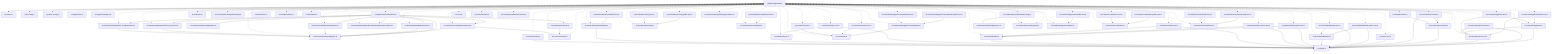
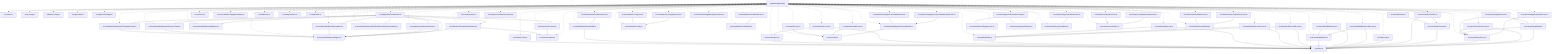
graph TD
  package__ankhorage_studio["@ankhorage/studio"]
  entrypoint_src_index_ts["src/index.ts"]
  package__ankhorage_studio --> entrypoint_src_index_ts
  module_knip_config_ts["knip.config.ts"]
  package__ankhorage_studio -.-> module_knip_config_ts
  module_paradox_config_ts["paradox.config.ts"]
  package__ankhorage_studio -.-> module_paradox_config_ts
  module_src_app_index_ts["src/app/index.ts"]
  package__ankhorage_studio -.-> module_src_app_index_ts
  module_src_app_StudioApp_tsx["src/app/StudioApp.tsx"]
  package__ankhorage_studio -.-> module_src_app_StudioApp_tsx
  module_src_app_StudioDashboard_tsx["src/app/StudioDashboard.tsx"]
  package__ankhorage_studio -.-> module_src_app_StudioDashboard_tsx
  module_src_app_StudioDashboard_tsx --> module_src_hooks_useProjects_ts
  module_src_app_StudioDashboard_tsx --> module_src_hooks_useTemplateSummaries_ts
  module_src_app_StudioDashboard_tsx --> module_src_modules_dashboard_platform_ts
  module_src_app_StudioDashboard_tsx --> module_src_modules_dashboard_search_ts
  module_src_app_StudioDashboard_tsx --> module_src_modules_dashboard_templates_ts
  module_src_app_StudioDashboard_tsx --> module_src_modules_dashboard_types_ts
  module_src_app_StudioDashboard_tsx --> module_src_modules_dashboard_ui_DashboardSectionHeader_tsx
  module_src_app_StudioDashboard_tsx --> module_src_modules_dashboard_ui_ProjectCard_tsx
  module_src_app_StudioDashboard_tsx --> module_src_modules_dashboard_ui_TemplateCard_tsx
  module_src_canvasDragModel_public_test_ts["src/canvasDragModel.public.test.ts"]
  package__ankhorage_studio -.-> module_src_canvasDragModel_public_test_ts
  module_src_canvasDragModel_public_test_ts --> module_src_canvasDragModel_ts
  module_src_canvasDragModel_public_test_ts --> module_src_canvasDropZones_ts
  module_src_canvasDragModel_test_ts["src/canvasDragModel.test.ts"]
  package__ankhorage_studio -.-> module_src_canvasDragModel_test_ts
  module_src_canvasDragModel_test_ts --> module_src_canvasDragModel_ts
  module_src_canvasDragModel_test_ts --> module_src_canvasDropZones_ts
  module_src_canvasDragModel_ts["src/canvasDragModel.ts"]
  package__ankhorage_studio -.-> module_src_canvasDragModel_ts
  module_src_canvasDragModel_ts --> module_src_canvasDropZones_ts
  module_src_canvasDragModel_ts --> module_src_index_ts
  module_src_canvasDropZones_test_ts["src/canvasDropZones.test.ts"]
  package__ankhorage_studio -.-> module_src_canvasDropZones_test_ts
  module_src_canvasDropZones_test_ts --> module_src_canvasDropZones_ts
  module_src_canvasDropZones_test_ts --> module_src_index_ts
  module_src_canvasDropZones_ts["src/canvasDropZones.ts"]
  package__ankhorage_studio -.-> module_src_canvasDropZones_ts
  module_src_canvasDropZones_ts --> module_src_index_ts
  module_src_cli_index_ts["src/cli/index.ts"]
  package__ankhorage_studio -.-> module_src_cli_index_ts
  module_src_core_constants_ts["src/core/constants.ts"]
  package__ankhorage_studio -.-> module_src_core_constants_ts
  module_src_core_StudioContext_ts["src/core/StudioContext.ts"]
  package__ankhorage_studio -.-> module_src_core_StudioContext_ts
  module_src_core_StudioContext_ts --> module_src_index_ts
  module_src_core_studioPackageBoundary_ts["src/core/studioPackageBoundary.ts"]
  package__ankhorage_studio -.-> module_src_core_studioPackageBoundary_ts
  module_src_core_StudioProvider_ts["src/core/StudioProvider.ts"]
  package__ankhorage_studio -.-> module_src_core_StudioProvider_ts
  module_src_core_StudioProvider_ts --> module_src_core_StudioContext_ts
  module_src_core_StudioProvider_ts --> module_src_index_ts
  module_src_dnd_index_ts["src/dnd/index.ts"]
  package__ankhorage_studio -.-> module_src_dnd_index_ts
  module_src_dnd_primitives_ts["src/dnd/primitives.ts"]
  package__ankhorage_studio -.-> module_src_dnd_primitives_ts
  module_src_dnd_state_ts["src/dnd/state.ts"]
  package__ankhorage_studio -.-> module_src_dnd_state_ts
  module_src_hooks_useProjects_ts["src/hooks/useProjects.ts"]
  package__ankhorage_studio -.-> module_src_hooks_useProjects_ts
  module_src_hooks_useProjects_ts --> module_src_core_constants_ts
  module_src_hooks_useTemplateSummaries_ts["src/hooks/useTemplateSummaries.ts"]
  package__ankhorage_studio -.-> module_src_hooks_useTemplateSummaries_ts
  module_src_hooks_useTemplateSummaries_ts --> module_src_core_constants_ts
  module_src_hooks_useTemplateSummaries_ts --> module_src_modules_dashboard_types_ts
  module_src_index_test_ts["src/index.test.ts"]
  package__ankhorage_studio -.-> module_src_index_test_ts
  module_src_index_test_ts --> module_src_index_ts
  module_src_index_ts["src/index.ts"]
  module_src_insertModalModel_public_test_ts["src/insertModalModel.public.test.ts"]
  package__ankhorage_studio -.-> module_src_insertModalModel_public_test_ts
  module_src_insertModalModel_public_test_ts --> module_src_index_ts
  module_src_insertModalModel_public_test_ts --> module_src_insertModalModel_ts
  module_src_insertModalModel_test_ts["src/insertModalModel.test.ts"]
  package__ankhorage_studio -.-> module_src_insertModalModel_test_ts
  module_src_insertModalModel_test_ts --> module_src_index_ts
  module_src_insertModalModel_test_ts --> module_src_insertModalModel_ts
  module_src_insertModalModel_ts["src/insertModalModel.ts"]
  package__ankhorage_studio -.-> module_src_insertModalModel_ts
  module_src_insertModalModel_ts --> module_src_index_ts
  module_src_localizationConfig_public_test_ts["src/localizationConfig.public.test.ts"]
  package__ankhorage_studio -.-> module_src_localizationConfig_public_test_ts
  module_src_localizationConfig_public_test_ts --> module_src_localizationConfig_ts
  module_src_localizationConfig_test_ts["src/localizationConfig.test.ts"]
  package__ankhorage_studio -.-> module_src_localizationConfig_test_ts
  module_src_localizationConfig_test_ts --> module_src_localizationConfig_ts
  module_src_localizationConfig_ts["src/localizationConfig.ts"]
  package__ankhorage_studio -.-> module_src_localizationConfig_ts
  module_src_localizationPanelModel_test_ts["src/localizationPanelModel.test.ts"]
  package__ankhorage_studio -.-> module_src_localizationPanelModel_test_ts
  module_src_localizationPanelModel_test_ts --> module_src_localizationPanelModel_ts
  module_src_localizationPanelModel_ts["src/localizationPanelModel.ts"]
  package__ankhorage_studio -.-> module_src_localizationPanelModel_ts
  module_src_manifestNavigatorPreviewModel_public_test_ts["src/manifestNavigatorPreviewModel.public.test.ts"]
  package__ankhorage_studio -.-> module_src_manifestNavigatorPreviewModel_public_test_ts
  module_src_manifestNavigatorPreviewModel_public_test_ts --> module_src_manifestNavigatorPreviewModel_ts
  module_src_manifestNavigatorPreviewModel_test_ts["src/manifestNavigatorPreviewModel.test.ts"]
  package__ankhorage_studio -.-> module_src_manifestNavigatorPreviewModel_test_ts
  module_src_manifestNavigatorPreviewModel_test_ts --> module_src_manifestNavigatorPreviewModel_ts
  module_src_manifestNavigatorPreviewModel_ts["src/manifestNavigatorPreviewModel.ts"]
  package__ankhorage_studio -.-> module_src_manifestNavigatorPreviewModel_ts
  module_src_manifestNavigatorPreviewModel_ts --> module_src_routeUtils_ts
  module_src_manifestState_public_test_ts["src/manifestState.public.test.ts"]
  package__ankhorage_studio -.-> module_src_manifestState_public_test_ts
  module_src_manifestState_public_test_ts --> module_src_index_ts
  module_src_manifestState_public_test_ts --> module_src_manifestState_ts
  module_src_manifestState_routes_test_ts["src/manifestState.routes.test.ts"]
  package__ankhorage_studio -.-> module_src_manifestState_routes_test_ts
  module_src_manifestState_routes_test_ts --> module_src_index_ts
  module_src_manifestState_routes_test_ts --> module_src_manifestState_ts
  module_src_manifestState_test_ts["src/manifestState.test.ts"]
  package__ankhorage_studio -.-> module_src_manifestState_test_ts
  module_src_manifestState_test_ts --> module_src_index_ts
  module_src_manifestState_test_ts --> module_src_manifestState_ts
  module_src_manifestState_ts["src/manifestState.ts"]
  package__ankhorage_studio -.-> module_src_manifestState_ts
  module_src_manifestState_ts --> module_src_index_ts
  module_src_manifestSync_test_ts["src/manifestSync.test.ts"]
  package__ankhorage_studio -.-> module_src_manifestSync_test_ts
  module_src_manifestSync_test_ts --> module_src_index_ts
  module_src_manifestSync_test_ts --> module_src_manifestSync_ts
  module_src_manifestSync_ts["src/manifestSync.ts"]
  package__ankhorage_studio -.-> module_src_manifestSync_ts
  module_src_manifestSync_ts --> module_src_index_ts
  module_src_modules_dashboard_platform_ts["src/modules/dashboard/platform.ts"]
  package__ankhorage_studio -.-> module_src_modules_dashboard_platform_ts
  module_src_modules_dashboard_search_ts["src/modules/dashboard/search.ts"]
  package__ankhorage_studio -.-> module_src_modules_dashboard_search_ts
  module_src_modules_dashboard_search_ts --> module_src_modules_dashboard_types_ts
  module_src_modules_dashboard_templates_ts["src/modules/dashboard/templates.ts"]
  package__ankhorage_studio -.-> module_src_modules_dashboard_templates_ts
  module_src_modules_dashboard_templates_ts --> module_src_modules_dashboard_types_ts
  module_src_modules_dashboard_types_ts["src/modules/dashboard/types.ts"]
  package__ankhorage_studio -.-> module_src_modules_dashboard_types_ts
  module_src_modules_dashboard_ui_DashboardSectionHeader_tsx["src/modules/dashboard/ui/DashboardSectionHeader.tsx"]
  package__ankhorage_studio -.-> module_src_modules_dashboard_ui_DashboardSectionHeader_tsx
  module_src_modules_dashboard_ui_ProjectCard_tsx["src/modules/dashboard/ui/ProjectCard.tsx"]
  package__ankhorage_studio -.-> module_src_modules_dashboard_ui_ProjectCard_tsx
  module_src_modules_dashboard_ui_ProjectCard_tsx --> module_src_modules_dashboard_types_ts
  module_src_modules_dashboard_ui_TemplateCard_tsx["src/modules/dashboard/ui/TemplateCard.tsx"]
  package__ankhorage_studio -.-> module_src_modules_dashboard_ui_TemplateCard_tsx
  module_src_modules_dashboard_ui_TemplateCard_tsx --> module_src_modules_dashboard_types_ts
-   module_src_root_ts["src/root.ts"]
-   package__ankhorage_studio -.-> module_src_root_ts
  module_src_routeUtils_public_test_ts["src/routeUtils.public.test.ts"]
  package__ankhorage_studio -.-> module_src_routeUtils_public_test_ts
  module_src_routeUtils_public_test_ts --> module_src_routeUtils_ts
  module_src_routeUtils_test_ts["src/routeUtils.test.ts"]
  package__ankhorage_studio -.-> module_src_routeUtils_test_ts
  module_src_routeUtils_test_ts --> module_src_routeUtils_ts
  module_src_routeUtils_ts["src/routeUtils.ts"]
  package__ankhorage_studio -.-> module_src_routeUtils_ts
  module_src_runtime_actionSuppression_ts["src/runtime/actionSuppression.ts"]
  package__ankhorage_studio -.-> module_src_runtime_actionSuppression_ts
  module_src_runtime_index_ts["src/runtime/index.ts"]
  package__ankhorage_studio -.-> module_src_runtime_index_ts
  module_src_runtime_localizationPreview_ts["src/runtime/localizationPreview.ts"]
  package__ankhorage_studio -.-> module_src_runtime_localizationPreview_ts
  module_src_runtime_previewRegistry_ts["src/runtime/previewRegistry.ts"]
  package__ankhorage_studio -.-> module_src_runtime_previewRegistry_ts
  module_src_runtime_previewRuntimeConfig_ts["src/runtime/previewRuntimeConfig.ts"]
  package__ankhorage_studio -.-> module_src_runtime_previewRuntimeConfig_ts
  module_src_runtime_previewRuntimeConfig_ts --> module_src_runtime_actionSuppression_ts
  module_src_runtime_previewRuntimeConfig_ts --> module_src_runtime_previewRegistry_ts
  module_src_runtimeDiagnosticsModel_test_ts["src/runtimeDiagnosticsModel.test.ts"]
  package__ankhorage_studio -.-> module_src_runtimeDiagnosticsModel_test_ts
  module_src_runtimeDiagnosticsModel_test_ts --> module_src_runtimeDiagnosticsModel_ts
  module_src_runtimeDiagnosticsModel_ts["src/runtimeDiagnosticsModel.ts"]
  package__ankhorage_studio -.-> module_src_runtimeDiagnosticsModel_ts
  module_src_runtimeLocalization_public_test_ts["src/runtimeLocalization.public.test.ts"]
  package__ankhorage_studio -.-> module_src_runtimeLocalization_public_test_ts
  module_src_runtimeLocalization_public_test_ts --> module_src_runtimeLocalization_ts
  module_src_runtimeLocalization_test_ts["src/runtimeLocalization.test.ts"]
  package__ankhorage_studio -.-> module_src_runtimeLocalization_test_ts
  module_src_runtimeLocalization_test_ts --> module_src_runtimeLocalization_ts
  module_src_runtimeLocalization_ts["src/runtimeLocalization.ts"]
  package__ankhorage_studio -.-> module_src_runtimeLocalization_ts
  module_src_studioAdminRouteModel_test_ts["src/studioAdminRouteModel.test.ts"]
  package__ankhorage_studio -.-> module_src_studioAdminRouteModel_test_ts
  module_src_studioAdminRouteModel_test_ts --> module_src_studioAdminRouteModel_ts
  module_src_studioAdminRouteModel_ts["src/studioAdminRouteModel.ts"]
  package__ankhorage_studio -.-> module_src_studioAdminRouteModel_ts
  module_src_studioAdminRouteModel_ts --> module_src_index_ts
  module_src_studioSelectionModel_knip_test_ts["src/studioSelectionModel.knip.test.ts"]
  package__ankhorage_studio -.-> module_src_studioSelectionModel_knip_test_ts
  module_src_studioSelectionModel_knip_test_ts --> module_src_studioSelectionModel_ts
  module_src_studioSelectionModel_test_ts["src/studioSelectionModel.test.ts"]
  package__ankhorage_studio -.-> module_src_studioSelectionModel_test_ts
  module_src_studioSelectionModel_test_ts --> module_src_studioSelectionModel_ts
  module_src_studioSelectionModel_ts["src/studioSelectionModel.ts"]
  package__ankhorage_studio -.-> module_src_studioSelectionModel_ts
  module_src_ui_AnkhStudio_ts["src/ui/AnkhStudio.ts"]
  package__ankhorage_studio -.-> module_src_ui_AnkhStudio_ts
  module_src_ui_AnkhStudio_ts --> module_src_core_StudioContext_ts
  module_src_ui_useStudioAppBarAugmentation_ts["src/ui/useStudioAppBarAugmentation.ts"]
  package__ankhorage_studio -.-> module_src_ui_useStudioAppBarAugmentation_ts
  module_src_utils_treeUtils_ts["src/utils/treeUtils.ts"]
  package__ankhorage_studio -.-> module_src_utils_treeUtils_ts
  module_src_utils_treeUtils_ts --> module_src_index_ts
